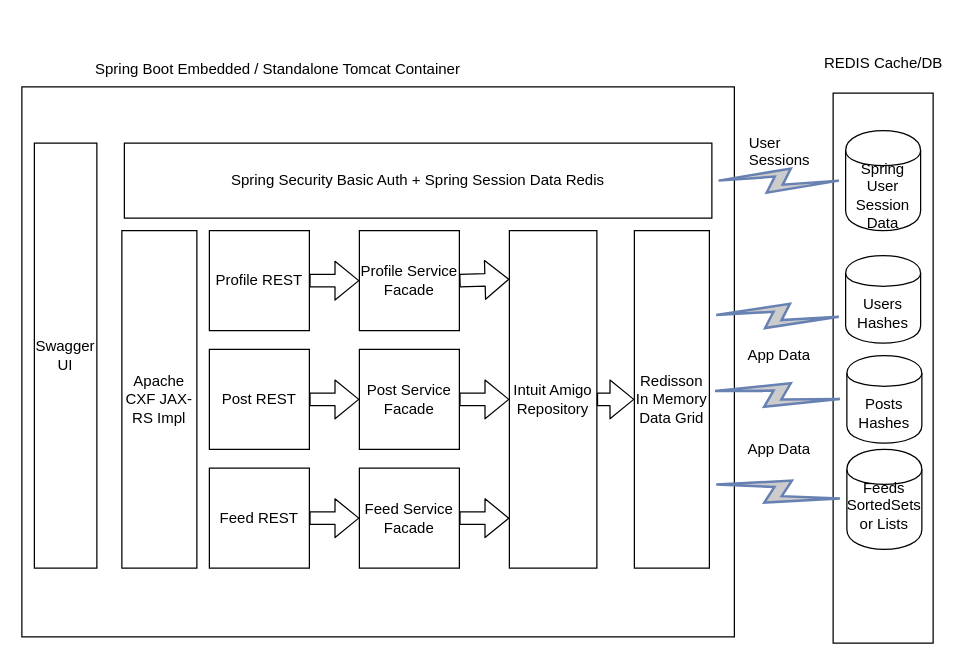
anirudha-kadam/intuit-amigo keeps this draw.io diagram as Intuit-Amigo.drawio. Above is the earlier version. Source tidied: cells renumbered, new cells numbered last; positions are measured from the earlier drawing's top-left corner, leaving out a move shared by most shapes. Both pictures are drawn from the tidied source at 125%, with x=0, y=0 at pixel (21, 44).
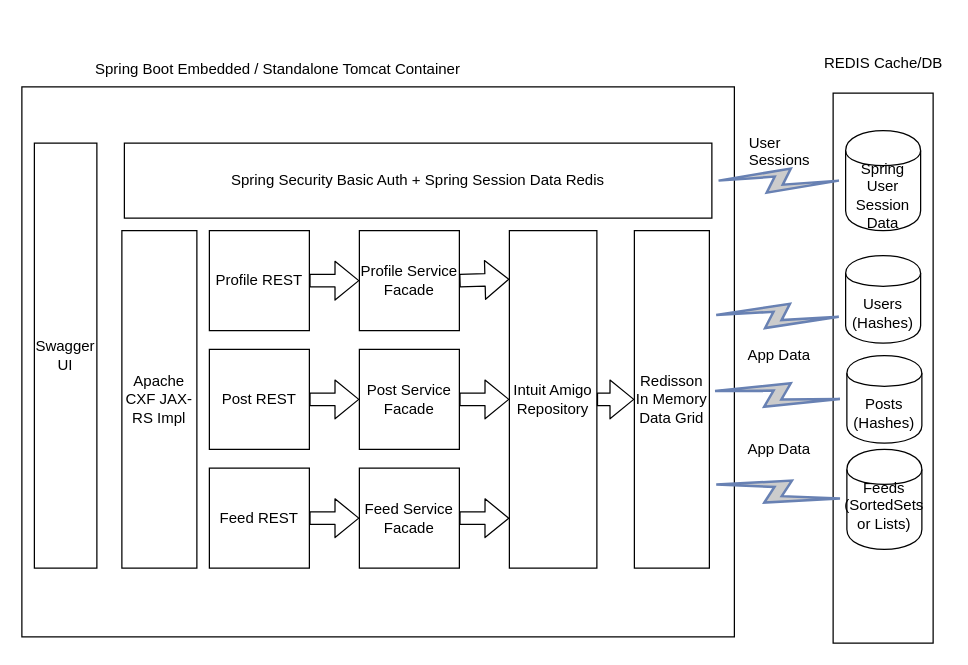
Above is the later version.

Change to the diagram source:
```diff
@@
-    <mxCell id="22" value="Users&lt;br&gt;Hashes&lt;br&gt;" style="shape=cylinder;whiteSpace=wrap;html=1;boundedLbl=1;backgroundOutline=1;" parent="1" vertex="1">
+    <mxCell id="22" value="Users&lt;br&gt;(Hashes)&lt;br&gt;" style="shape=cylinder;whiteSpace=wrap;html=1;boundedLbl=1;backgroundOutline=1;" parent="1" vertex="1">
       <mxGeometry x="659" y="169" width="60" height="70" as="geometry" />
     </mxCell>
-    <mxCell id="23" value="Posts&lt;br&gt;Hashes&lt;br&gt;" style="shape=cylinder;whiteSpace=wrap;html=1;boundedLbl=1;backgroundOutline=1;" parent="1" vertex="1">
+    <mxCell id="23" value="Posts&lt;br&gt;(Hashes)&lt;br&gt;" style="shape=cylinder;whiteSpace=wrap;html=1;boundedLbl=1;backgroundOutline=1;" parent="1" vertex="1">
       <mxGeometry x="660" y="249" width="60" height="70" as="geometry" />
     </mxCell>
-    <mxCell id="24" value="Feeds&lt;br&gt;SortedSets&lt;br&gt;or Lists&lt;br&gt;&lt;br&gt;" style="shape=cylinder;whiteSpace=wrap;html=1;boundedLbl=1;backgroundOutline=1;" parent="1" vertex="1">
+    <mxCell id="24" value="Feeds&lt;br&gt;(SortedSets&lt;br&gt;or Lists)&lt;br&gt;&lt;br&gt;" style="shape=cylinder;whiteSpace=wrap;html=1;boundedLbl=1;backgroundOutline=1;" parent="1" vertex="1">
       <mxGeometry x="660" y="324" width="60" height="80" as="geometry" />
     </mxCell>
```
